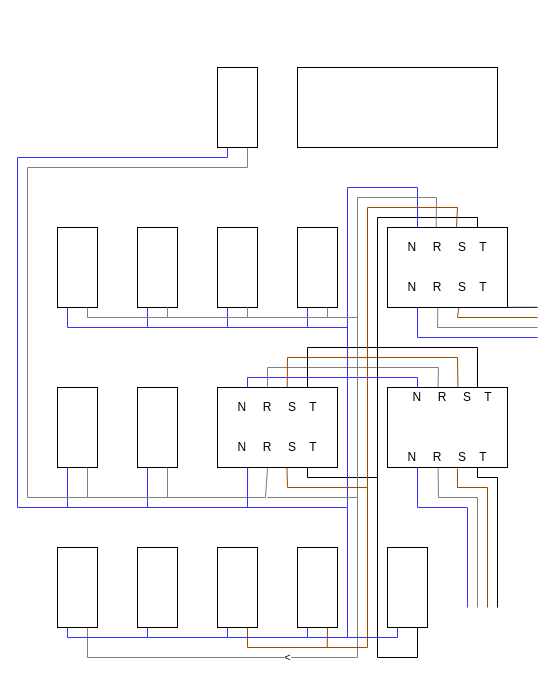
Before: cuadro/cuadro.drawio in crguez/diagrams, a draw.io diagram. Source tidied: cells renumbered, new cells numbered last; positions are measured from the earlier drawing's top-left corner, leaving out a move shared by most shapes. Both pictures are drawn from the tidied source at 100%, with x=0, y=0 at pixel (17, 67).
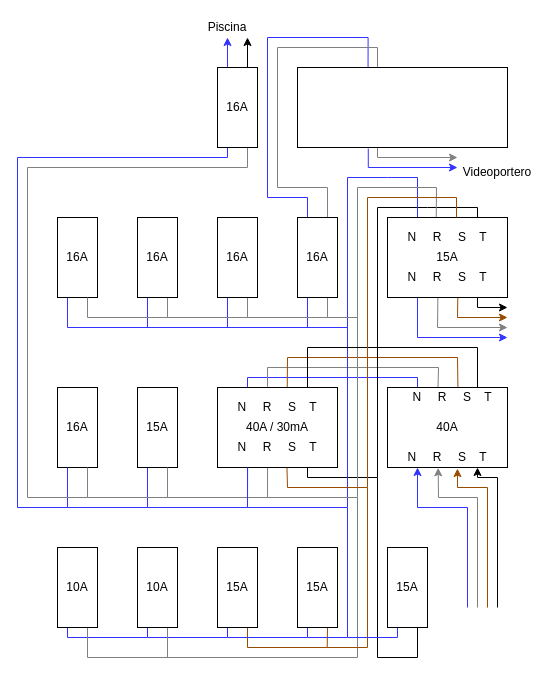
The same diagram, later.

The edit, as a diff of the source:
```diff
@@
-    <mxCell id="3" style="whiteSpace=wrap;html=1;" parent="1" vertex="1">
-      <mxGeometry x="40" y="160" width="40" height="80" as="geometry" />
+    <mxCell id="3" value="16A" style="whiteSpace=wrap;html=1;" parent="1" vertex="1">
+      <mxGeometry x="40" y="150" width="40" height="80" as="geometry" />
     </mxCell>
@@
-    <mxCell id="6" style="whiteSpace=wrap;html=1;" parent="1" vertex="1">
-      <mxGeometry x="120" y="160" width="40" height="80" as="geometry" />
+    <mxCell id="6" value="16A" style="whiteSpace=wrap;html=1;" parent="1" vertex="1">
+      <mxGeometry x="120" y="150" width="40" height="80" as="geometry" />
     </mxCell>
@@
-    <mxCell id="9" style="whiteSpace=wrap;html=1;" parent="1" vertex="1">
-      <mxGeometry x="200" y="160" width="40" height="80" as="geometry" />
+    <mxCell id="9" value="16A" style="whiteSpace=wrap;html=1;" parent="1" vertex="1">
+      <mxGeometry x="200" y="150" width="40" height="80" as="geometry" />
     </mxCell>
@@
+    <mxCell id="64" style="edgeStyle=orthogonalEdgeStyle;rounded=0;jettySize=auto;html=1;exitX=0.25;exitY=0;exitDx=0;exitDy=0;strokeColor=#3333FF;entryX=0.336;entryY=0.016;entryDx=0;entryDy=0;entryPerimeter=0;endArrow=none;endFill=0;" parent="1" edge="1" source="12" target="56">
+      <mxGeometry relative="1" as="geometry">
+        <Array as="points">
+          <mxPoint x="290" y="130" />
+          <mxPoint x="250" y="130" />
+          <mxPoint x="250" y="-30" />
+          <mxPoint x="351" y="-30" />
+          <mxPoint x="351" y="1" />
+        </Array>
+      </mxGeometry>
+    </mxCell>
+    <mxCell id="65" style="edgeStyle=orthogonalEdgeStyle;rounded=0;jettySize=auto;html=1;exitX=0.75;exitY=0;exitDx=0;exitDy=0;entryX=0.199;entryY=0.002;entryDx=0;entryDy=0;entryPerimeter=0;endArrow=none;endFill=0;strokeColor=#808080;" parent="1" edge="1" source="12" target="56">
+      <mxGeometry relative="1" as="geometry">
+        <Array as="points">
+          <mxPoint x="310" y="120" />
+          <mxPoint x="260" y="120" />
+          <mxPoint x="260" y="-20" />
+          <mxPoint x="360" y="-20" />
+          <mxPoint x="360" />
+        </Array>
+      </mxGeometry>
+    </mxCell>
-    <mxCell id="12" style="whiteSpace=wrap;html=1;" parent="1" vertex="1">
-      <mxGeometry x="280" y="160" width="40" height="80" as="geometry" />
+    <mxCell id="12" value="16A" style="whiteSpace=wrap;html=1;" parent="1" vertex="1">
+      <mxGeometry x="280" y="150" width="40" height="80" as="geometry" />
     </mxCell>
@@
-    <mxCell id="14" style="whiteSpace=wrap;html=1;" parent="1" vertex="1">
+    <mxCell id="14" value="16A" style="whiteSpace=wrap;html=1;" parent="1" vertex="1">
       <mxGeometry x="40" y="320" width="40" height="80" as="geometry" />
     </mxCell>
@@
-    <mxCell id="17" style="whiteSpace=wrap;html=1;" parent="1" vertex="1">
+    <mxCell id="17" value="15A" style="whiteSpace=wrap;html=1;" parent="1" vertex="1">
       <mxGeometry x="120" y="320" width="40" height="80" as="geometry" />
     </mxCell>
@@
     <mxCell id="19" style="edgeStyle=none;rounded=0;jettySize=auto;html=1;exitX=0.417;exitY=1.006;exitDx=0;exitDy=0;entryX=0.75;entryY=1;entryDx=0;entryDy=0;endArrow=none;endFill=0;strokeColor=#808080;exitPerimeter=0;" parent="1" edge="1" source="24" target="17">
       <mxGeometry relative="1" as="geometry">
         <Array as="points">
-          <mxPoint x="248" y="430" />
+          <mxPoint x="250" y="430" />
           <mxPoint x="150" y="430" />
         </Array>
       </mxGeometry>
     </mxCell>
@@
-    <mxCell id="23" style="edgeStyle=none;rounded=0;jettySize=auto;html=1;exitX=0.75;exitY=1;exitDx=0;exitDy=0;entryX=0.75;entryY=0;entryDx=0;entryDy=0;endArrow=none;endFill=0;" parent="1" edge="1" source="24" target="32">
+    <mxCell id="23" style="edgeStyle=none;rounded=0;jettySize=auto;html=1;exitX=0.75;exitY=1;exitDx=0;exitDy=0;endArrow=none;endFill=0;entryX=0.75;entryY=0;entryDx=0;entryDy=0;" parent="1" edge="1" source="24" target="32">
       <mxGeometry relative="1" as="geometry">
         <Array as="points">
           <mxPoint x="290" y="410" />
           <mxPoint x="360" y="410" />
-          <mxPoint x="360" y="150" />
-          <mxPoint x="460" y="150" />
+          <mxPoint x="360" y="140" />
+          <mxPoint x="410" y="140" />
+          <mxPoint x="460" y="140" />
         </Array>
       </mxGeometry>
     </mxCell>
-    <mxCell id="24" style="whiteSpace=wrap;html=1;" parent="1" vertex="1">
+    <mxCell id="24" value="40A / 30mA" style="whiteSpace=wrap;html=1;" parent="1" vertex="1">
       <mxGeometry x="200" y="320" width="120" height="80" as="geometry" />
     </mxCell>
     <mxCell id="25" style="edgeStyle=none;rounded=0;jettySize=auto;html=1;entryX=0.25;entryY=1;entryDx=0;entryDy=0;endArrow=none;endFill=0;strokeColor=#3333FF;exitX=0.25;exitY=0;exitDx=0;exitDy=0;" parent="1" edge="1" source="32" target="24">
       <mxGeometry relative="1" as="geometry">
         <Array as="points">
-          <mxPoint x="400" y="120" />
-          <mxPoint x="330" y="120" />
+          <mxPoint x="400" y="110" />
+          <mxPoint x="370" y="110" />
+          <mxPoint x="330" y="110" />
           <mxPoint x="330" y="250" />
           <mxPoint x="330" y="440" />
           <mxPoint x="230" y="440" />
         </Array>
       </mxGeometry>
     </mxCell>
     <mxCell id="26" style="edgeStyle=none;rounded=0;jettySize=auto;html=1;exitX=0.406;exitY=0;exitDx=0;exitDy=0;endArrow=none;endFill=0;strokeColor=#808080;exitPerimeter=0;" parent="1" edge="1" source="32">
       <mxGeometry relative="1" as="geometry">
         <mxPoint x="310" y="240" as="targetPoint" />
         <Array as="points">
-          <mxPoint x="419" y="130" />
-          <mxPoint x="340" y="130" />
+          <mxPoint x="419" y="120" />
+          <mxPoint x="340" y="120" />
           <mxPoint x="340" y="250" />
           <mxPoint x="310" y="250" />
         </Array>
       </mxGeometry>
     </mxCell>
@@
-    <mxCell id="28" style="edgeStyle=none;rounded=0;jettySize=auto;html=1;exitX=0.25;exitY=1;exitDx=0;exitDy=0;endArrow=none;endFill=0;strokeColor=#3333FF;" parent="1" edge="1" source="32">
+    <mxCell id="28" style="edgeStyle=none;rounded=0;jettySize=auto;html=1;exitX=0.25;exitY=1;exitDx=0;exitDy=0;endArrow=classic;endFill=1;strokeColor=#3333FF;" parent="1" edge="1" source="32">
       <mxGeometry relative="1" as="geometry">
-        <mxPoint x="520" y="270" as="targetPoint" />
+        <mxPoint x="490" y="270" as="targetPoint" />
         <Array as="points">
           <mxPoint x="400" y="270" />
         </Array>
       </mxGeometry>
     </mxCell>
-    <mxCell id="29" style="edgeStyle=none;rounded=0;jettySize=auto;html=1;exitX=0.42;exitY=0.974;exitDx=0;exitDy=0;endArrow=none;endFill=0;exitPerimeter=0;strokeColor=#808080;" parent="1" edge="1" source="32">
+    <mxCell id="29" style="edgeStyle=none;rounded=0;jettySize=auto;html=1;exitX=0.42;exitY=0.974;exitDx=0;exitDy=0;endArrow=classic;endFill=1;exitPerimeter=0;strokeColor=#808080;sourcePerimeterSpacing=-1;" parent="1" edge="1" source="32">
       <mxGeometry relative="1" as="geometry">
-        <mxPoint x="520" y="260" as="targetPoint" />
+        <mxPoint x="490" y="260" as="targetPoint" />
         <Array as="points">
           <mxPoint x="420" y="260" />
         </Array>
       </mxGeometry>
     </mxCell>
-    <mxCell id="30" style="edgeStyle=none;rounded=0;jettySize=auto;html=1;exitX=0.594;exitY=1.004;exitDx=0;exitDy=0;endArrow=none;endFill=0;exitPerimeter=0;strokeColor=#994C00;" parent="1" edge="1" source="32">
+    <mxCell id="30" style="edgeStyle=none;rounded=0;jettySize=auto;html=1;exitX=0.586;exitY=0.995;exitDx=0;exitDy=0;endArrow=classic;endFill=1;exitPerimeter=0;strokeColor=#994C00;" parent="1" edge="1" source="32">
       <mxGeometry relative="1" as="geometry">
-        <mxPoint x="520" y="250" as="targetPoint" />
+        <mxPoint x="490" y="250" as="targetPoint" />
         <Array as="points">
           <mxPoint x="440" y="250" />
         </Array>
       </mxGeometry>
     </mxCell>
-    <mxCell id="31" style="edgeStyle=none;rounded=0;jettySize=auto;html=1;exitX=1;exitY=1;exitDx=0;exitDy=0;endArrow=none;endFill=0;strokeColor=#000000;" parent="1" edge="1" source="32">
+    <mxCell id="31" style="edgeStyle=none;rounded=0;jettySize=auto;html=1;exitX=0.75;exitY=1;exitDx=0;exitDy=0;endArrow=classic;endFill=1;strokeColor=#000000;" parent="1" edge="1" source="32">
       <mxGeometry relative="1" as="geometry">
-        <mxPoint x="520" y="239.8" as="targetPoint" />
+        <mxPoint x="490" y="240" as="targetPoint" />
         <Array as="points">
           <mxPoint x="460" y="240" />
         </Array>
       </mxGeometry>
     </mxCell>
-    <mxCell id="32" style="whiteSpace=wrap;html=1;" parent="1" vertex="1">
-      <mxGeometry x="370" y="160" width="120" height="80" as="geometry" />
+    <mxCell id="32" value="15A" style="whiteSpace=wrap;html=1;" parent="1" vertex="1">
+      <mxGeometry x="370" y="150" width="120" height="80" as="geometry" />
     </mxCell>
@@
-    <mxCell id="34" style="edgeStyle=none;rounded=0;jettySize=auto;html=1;exitX=0.75;exitY=1;exitDx=0;exitDy=0;endArrow=none;endFill=0;strokeColor=#000000;" parent="1" edge="1" source="38">
+    <mxCell id="34" style="edgeStyle=none;rounded=0;jettySize=auto;html=1;exitX=0.75;exitY=1;exitDx=0;exitDy=0;endArrow=none;endFill=0;strokeColor=#000000;startArrow=classic;startFill=1;" parent="1" edge="1" source="38">
       <mxGeometry relative="1" as="geometry">
         <mxPoint x="480" y="540" as="targetPoint" />
         <Array as="points">
           <mxPoint x="460" y="410" />
           <mxPoint x="480" y="410" />
         </Array>
       </mxGeometry>
     </mxCell>
-    <mxCell id="35" style="edgeStyle=none;rounded=0;jettySize=auto;html=1;exitX=0.583;exitY=1.013;exitDx=0;exitDy=0;endArrow=none;endFill=0;exitPerimeter=0;strokeColor=#994C00;" parent="1" edge="1" source="38">
+    <mxCell id="35" style="edgeStyle=none;rounded=0;jettySize=auto;html=1;exitX=0.583;exitY=1.013;exitDx=0;exitDy=0;endArrow=none;endFill=0;exitPerimeter=0;strokeColor=#994C00;startArrow=classic;startFill=1;" parent="1" edge="1" source="38">
       <mxGeometry relative="1" as="geometry">
         <mxPoint x="470" y="540" as="targetPoint" />
         <Array as="points">
           <mxPoint x="440" y="420" />
           <mxPoint x="470" y="420" />
         </Array>
       </mxGeometry>
     </mxCell>
-    <mxCell id="36" style="edgeStyle=none;rounded=0;jettySize=auto;html=1;exitX=0.422;exitY=1.004;exitDx=0;exitDy=0;endArrow=none;endFill=0;exitPerimeter=0;strokeColor=#808080;" parent="1" edge="1" source="38">
+    <mxCell id="36" style="edgeStyle=none;rounded=0;jettySize=auto;html=1;exitX=0.422;exitY=1.004;exitDx=0;exitDy=0;endArrow=none;endFill=0;exitPerimeter=0;strokeColor=#808080;startArrow=classic;startFill=1;" parent="1" edge="1" source="38">
       <mxGeometry relative="1" as="geometry">
         <mxPoint x="460" y="540" as="targetPoint" />
         <Array as="points">
           <mxPoint x="421" y="430" />
           <mxPoint x="460" y="430" />
         </Array>
       </mxGeometry>
     </mxCell>
-    <mxCell id="37" style="edgeStyle=none;rounded=0;jettySize=auto;html=1;exitX=0.25;exitY=1;exitDx=0;exitDy=0;endArrow=none;endFill=0;strokeColor=#3333FF;" parent="1" edge="1" source="38">
+    <mxCell id="37" style="edgeStyle=none;rounded=0;jettySize=auto;html=1;exitX=0.25;exitY=1;exitDx=0;exitDy=0;endArrow=none;endFill=0;strokeColor=#3333FF;startArrow=classic;startFill=1;" parent="1" edge="1" source="38">
       <mxGeometry relative="1" as="geometry">
         <mxPoint x="450" y="540" as="targetPoint" />
         <Array as="points">
           <mxPoint x="400" y="440" />
           <mxPoint x="450" y="440" />
         </Array>
       </mxGeometry>
     </mxCell>
-    <mxCell id="38" style="whiteSpace=wrap;html=1;" parent="1" vertex="1">
+    <mxCell id="38" value="40A" style="whiteSpace=wrap;html=1;" parent="1" vertex="1">
       <mxGeometry x="370" y="320" width="120" height="80" as="geometry" />
     </mxCell>
-    <mxCell id="39" value="&amp;lt;" style="edgeStyle=none;rounded=0;jettySize=auto;html=1;exitX=0.75;exitY=1;exitDx=0;exitDy=0;endArrow=none;endFill=0;strokeColor=#808080;" parent="1" edge="1" source="41">
-      <mxGeometry relative="1" as="geometry">
-        <mxPoint x="340" y="430" as="targetPoint" />
-        <Array as="points">
-          <mxPoint x="70" y="590" />
-          <mxPoint x="340" y="590" />
-        </Array>
-      </mxGeometry>
-    </mxCell>
@@
+    <mxCell id="66" style="edgeStyle=orthogonalEdgeStyle;rounded=0;jettySize=auto;html=1;exitX=0.75;exitY=1;exitDx=0;exitDy=0;endArrow=none;endFill=0;strokeColor=#808080;" parent="1" edge="1" source="41">
+      <mxGeometry relative="1" as="geometry">
+        <mxPoint x="340" y="430" as="targetPoint" />
+        <Array as="points">
+          <mxPoint x="70" y="590" />
+          <mxPoint x="340" y="590" />
+        </Array>
+      </mxGeometry>
+    </mxCell>
-    <mxCell id="41" style="whiteSpace=wrap;html=1;" parent="1" vertex="1">
+    <mxCell id="41" value="10A" style="whiteSpace=wrap;html=1;" parent="1" vertex="1">
       <mxGeometry x="40" y="480" width="40" height="80" as="geometry" />
     </mxCell>
@@
+    <mxCell id="67" style="edgeStyle=orthogonalEdgeStyle;rounded=0;jettySize=auto;html=1;exitX=0.75;exitY=1;exitDx=0;exitDy=0;endArrow=none;endFill=0;strokeColor=#808080;" parent="1" edge="1" source="43">
+      <mxGeometry relative="1" as="geometry">
+        <mxPoint x="150" y="590" as="targetPoint" />
+      </mxGeometry>
+    </mxCell>
-    <mxCell id="43" style="whiteSpace=wrap;html=1;" parent="1" vertex="1">
+    <mxCell id="43" value="10A" style="whiteSpace=wrap;html=1;" parent="1" vertex="1">
       <mxGeometry x="120" y="480" width="40" height="80" as="geometry" />
     </mxCell>
@@
-    <mxCell id="46" style="whiteSpace=wrap;html=1;" parent="1" vertex="1">
+    <mxCell id="46" value="15A" style="whiteSpace=wrap;html=1;" parent="1" vertex="1">
       <mxGeometry x="200" y="480" width="40" height="80" as="geometry" />
     </mxCell>
@@
-    <mxCell id="49" style="whiteSpace=wrap;html=1;" parent="1" vertex="1">
+    <mxCell id="49" value="15A" style="whiteSpace=wrap;html=1;" parent="1" vertex="1">
       <mxGeometry x="280" y="480" width="40" height="80" as="geometry" />
     </mxCell>
@@
-    <mxCell id="52" style="whiteSpace=wrap;html=1;" parent="1" vertex="1">
+    <mxCell id="52" value="15A" style="whiteSpace=wrap;html=1;" parent="1" vertex="1">
       <mxGeometry x="370" y="480" width="40" height="80" as="geometry" />
     </mxCell>
@@
+    <mxCell id="68" style="edgeStyle=orthogonalEdgeStyle;rounded=0;jettySize=auto;html=1;exitX=0.25;exitY=0;exitDx=0;exitDy=0;strokeColor=#3333FF;" parent="1" edge="1" source="55" target="72">
+      <mxGeometry relative="1" as="geometry" />
+    </mxCell>
+    <mxCell id="69" style="edgeStyle=orthogonalEdgeStyle;rounded=0;jettySize=auto;html=1;exitX=0.75;exitY=0;exitDx=0;exitDy=0;" parent="1" edge="1" source="55">
+      <mxGeometry relative="1" as="geometry">
+        <mxPoint x="230" y="-30" as="targetPoint" />
+      </mxGeometry>
+    </mxCell>
-    <mxCell id="55" style="whiteSpace=wrap;html=1;" parent="1" vertex="1">
+    <mxCell id="55" value="16A" style="whiteSpace=wrap;html=1;" parent="1" vertex="1">
       <mxGeometry x="200" width="40" height="80" as="geometry" />
     </mxCell>
+    <mxCell id="70" style="edgeStyle=orthogonalEdgeStyle;rounded=0;jettySize=auto;html=1;exitX=0.25;exitY=1;exitDx=0;exitDy=0;startArrow=none;startFill=0;endArrow=classic;endFill=1;strokeColor=#808080;" parent="1" edge="1" source="56">
+      <mxGeometry relative="1" as="geometry">
+        <mxPoint x="440" y="90" as="targetPoint" />
+        <Array as="points">
+          <mxPoint x="360" y="80" />
+          <mxPoint x="360" y="90" />
+          <mxPoint x="440" y="90" />
+        </Array>
+      </mxGeometry>
+    </mxCell>
+    <mxCell id="71" style="edgeStyle=orthogonalEdgeStyle;rounded=0;jettySize=auto;html=1;exitX=0.337;exitY=1.013;exitDx=0;exitDy=0;startArrow=none;startFill=0;endArrow=classic;endFill=1;exitPerimeter=0;strokeColor=#3333FF;" parent="1" edge="1" source="56">
+      <mxGeometry relative="1" as="geometry">
+        <mxPoint x="440" y="100" as="targetPoint" />
+        <Array as="points">
+          <mxPoint x="351" y="100" />
+          <mxPoint x="440" y="100" />
+        </Array>
+      </mxGeometry>
+    </mxCell>
     <mxCell id="56" style="whiteSpace=wrap;html=1;" parent="1" vertex="1">
-      <mxGeometry x="280" width="200" height="80" as="geometry" />
+      <mxGeometry x="280" width="210" height="80" as="geometry" />
     </mxCell>
@@
     <mxCell id="58" style="edgeStyle=none;rounded=0;jettySize=auto;html=1;exitX=0.579;exitY=1.003;exitDx=0;exitDy=0;endArrow=none;endFill=0;exitPerimeter=0;strokeColor=#994C00;" parent="1" edge="1" source="24">
       <mxGeometry relative="1" as="geometry">
-        <mxPoint x="439" y="160" as="targetPoint" />
+        <mxPoint x="439" y="150" as="targetPoint" />
         <Array as="points">
           <mxPoint x="270" y="420" />
           <mxPoint x="350" y="420" />
-          <mxPoint x="350" y="140" />
-          <mxPoint x="440" y="140" />
+          <mxPoint x="350" y="130" />
+          <mxPoint x="439" y="130" />
         </Array>
       </mxGeometry>
     </mxCell>
@@
     <mxCell id="62" value="N&amp;nbsp; &amp;nbsp; &amp;nbsp;R&amp;nbsp; &amp;nbsp; &amp;nbsp;S&amp;nbsp; &amp;nbsp; T" style="text;html=1;strokeColor=none;fillColor=none;align=center;verticalAlign=middle;whiteSpace=wrap;rounded=0;" parent="1" vertex="1">
-      <mxGeometry x="385" y="170" width="90" height="20" as="geometry" />
+      <mxGeometry x="385" y="160" width="90" height="20" as="geometry" />
     </mxCell>
     <mxCell id="63" value="N&amp;nbsp; &amp;nbsp; &amp;nbsp;R&amp;nbsp; &amp;nbsp; &amp;nbsp;S&amp;nbsp; &amp;nbsp; T" style="text;html=1;strokeColor=none;fillColor=none;align=center;verticalAlign=middle;whiteSpace=wrap;rounded=0;" parent="1" vertex="1">
-      <mxGeometry x="385" y="210" width="90" height="20" as="geometry" />
+      <mxGeometry x="385" y="200" width="90" height="20" as="geometry" />
     </mxCell>
+    <mxCell id="72" value="Piscina" style="text;html=1;strokeColor=none;fillColor=none;align=center;verticalAlign=middle;whiteSpace=wrap;rounded=0;" parent="1" vertex="1">
+      <mxGeometry x="190" y="-50" width="40" height="20" as="geometry" />
+    </mxCell>
+    <mxCell id="73" value="Videoportero" style="text;html=1;strokeColor=none;fillColor=none;align=center;verticalAlign=middle;whiteSpace=wrap;rounded=0;" parent="1" vertex="1">
+      <mxGeometry x="460" y="100" width="40" height="10" as="geometry" />
+    </mxCell>
```
